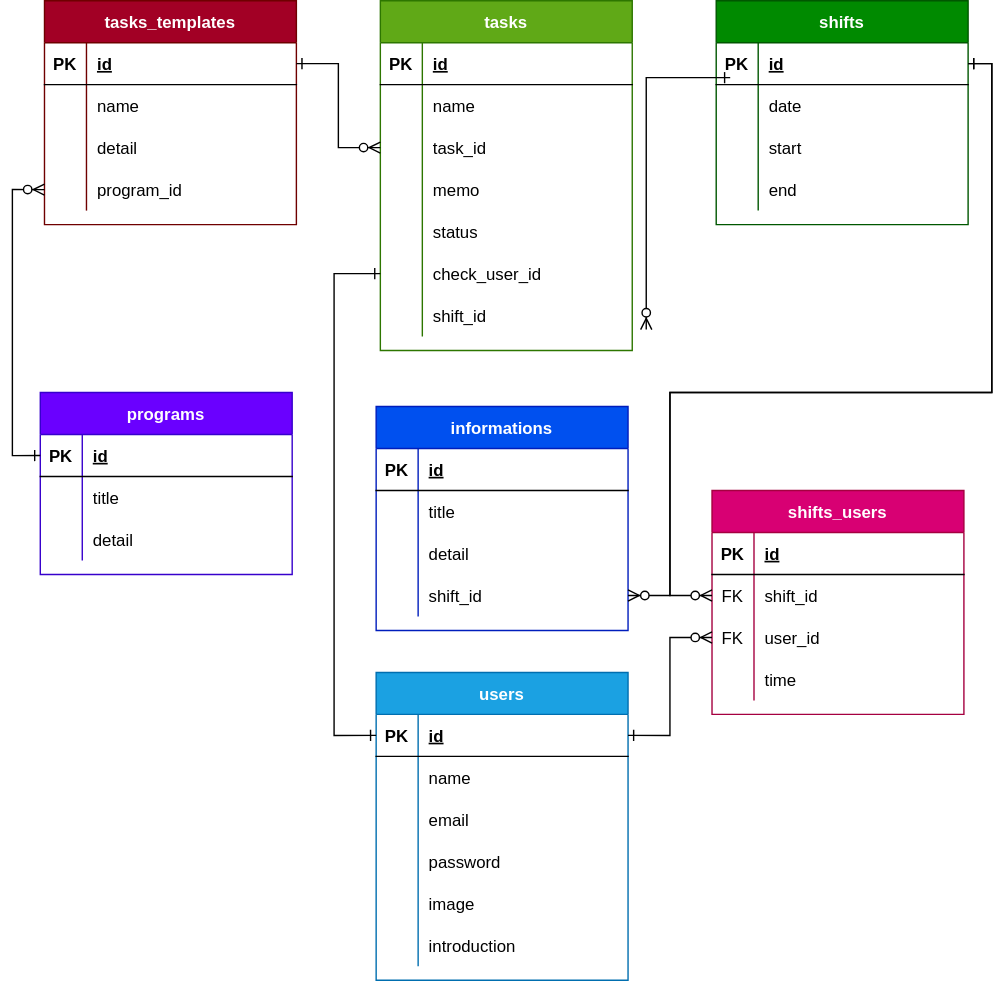
yumekiti-archive/OC_Task keeps this draw.io diagram as data.svg. Above is the earlier version. Source tidied: cells renumbered, new cells last; positions are measured from the earlier drawing's top-left corner, leaving out a move shared by most shapes.
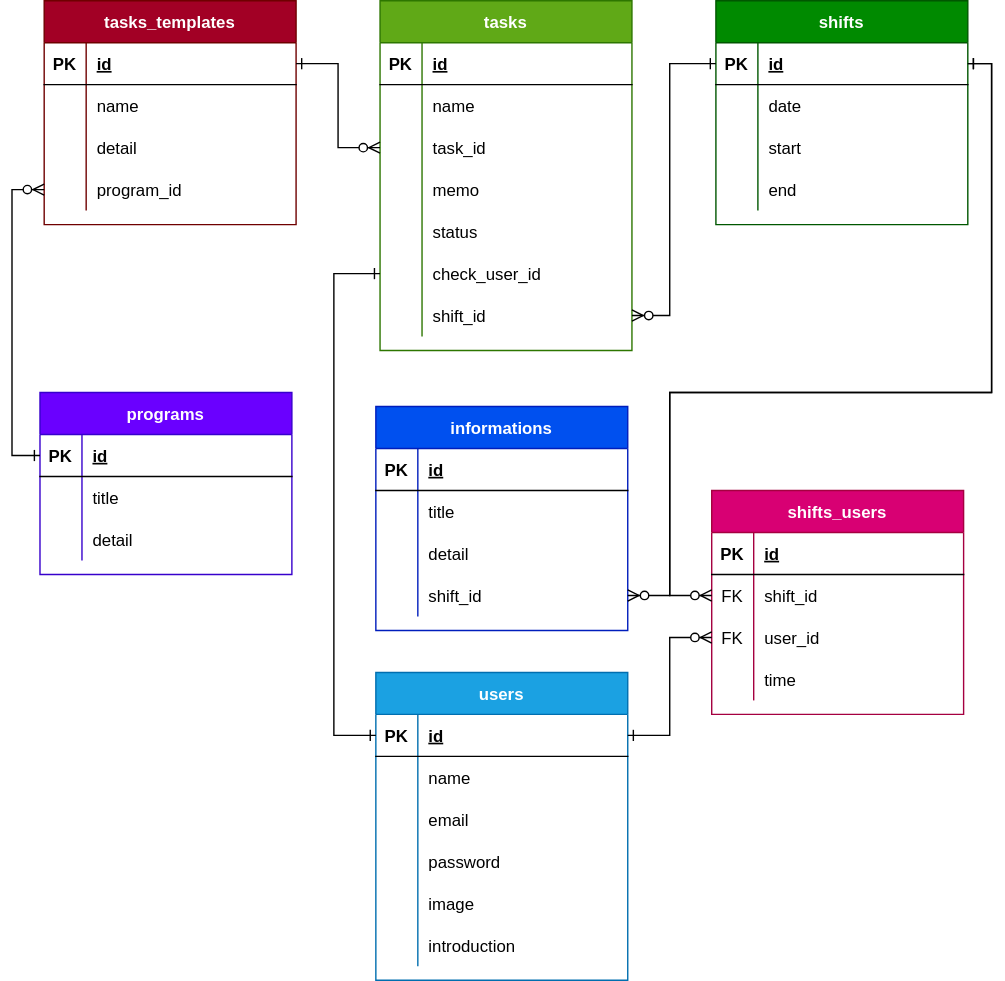
Above is the later version.

Change to the diagram source:
```diff
@@ -358,10 +358,12 @@
         </Array>
       </mxGeometry>
     </mxCell>
-    <mxCell id="111" style="edgeStyle=orthogonalEdgeStyle;fontSize=12;html=1;endArrow=ERzeroToMany;endFill=1;entryX=1;entryY=0.5;entryDx=0;entryDy=0;startArrow=ERone;startFill=0;exitX=0;exitY=0.5;exitDx=0;exitDy=0;rounded=0;" parent="1" edge="1">
+    <mxCell id="111" style="edgeStyle=orthogonalEdgeStyle;fontSize=12;html=1;endArrow=ERzeroToMany;endFill=1;startArrow=ERone;startFill=0;exitX=0;exitY=0.5;exitDx=0;exitDy=0;rounded=0;" parent="1" edge="1" source="25" target="21">
       <mxGeometry relative="1" as="geometry">
-        <mxPoint x="513" y="55" as="sourcePoint" />
-        <mxPoint x="453" y="235" as="targetPoint" />
+        <Array as="points">
+          <mxPoint x="470" y="45" />
+          <mxPoint x="470" y="225" />
+        </Array>
       </mxGeometry>
     </mxCell>
   </root>
```
